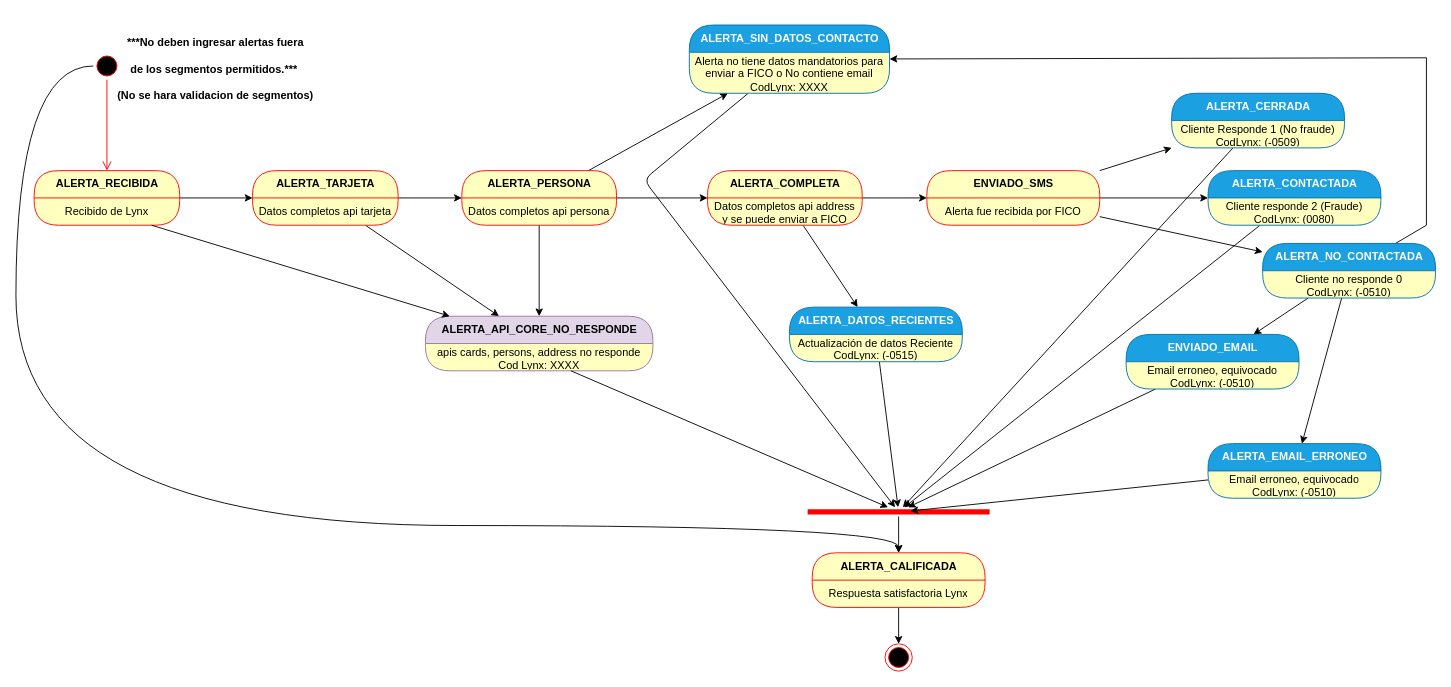
This is EstadosLynx.drawio from zolymo/diagrams, a draw.io file, before an edit. Source tidied: cells renumbered, new cells numbered last; positions are measured from the earlier drawing's top-left corner, leaving out a move shared by most shapes. Both pictures are drawn from the tidied source at 91%, with x=0, y=0 at pixel (15, 15).
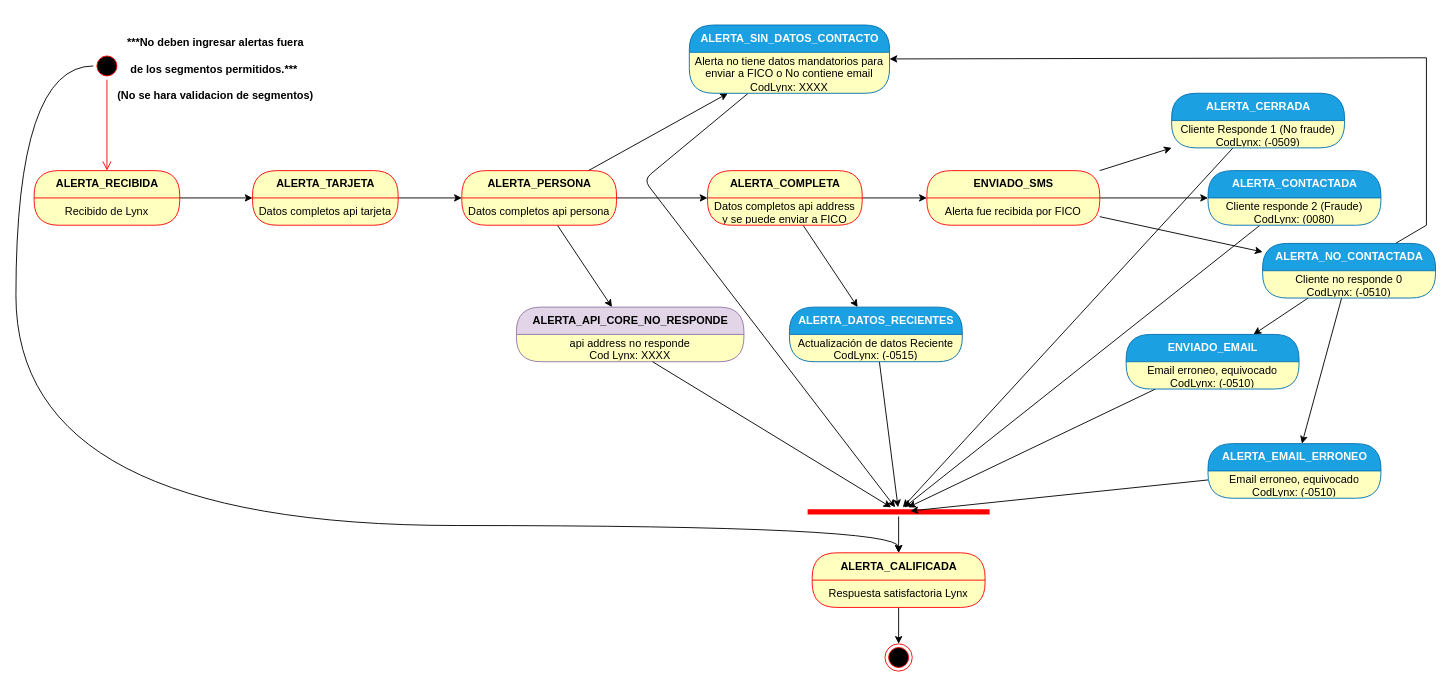
Above is the later version.

Unchanged cells that the change refers to:
```xml
<mxCell id="7" value="Recibido de Lynx" style="text;html=1;strokeColor=none;fillColor=none;align=center;verticalAlign=middle;spacingLeft=4;spacingRight=4;whiteSpace=wrap;overflow=hidden;fontColor=#000000;" parent="6" vertex="1">
  <mxGeometry y="30" width="160" height="30" as="geometry" />
</mxCell>
<mxCell id="11" value="ALERTA_TARJETA" style="swimlane;html=1;fontStyle=1;align=center;verticalAlign=middle;horizontal=1;startSize=30;fontColor=#000000;rounded=1;arcSize=30;strokeColor=#ff0000;fillColor=#ffffc0;swimlaneFillColor=#ffffc0;" parent="1" vertex="1">
  <mxGeometry x="260" y="170" width="160" height="60" as="geometry" />
</mxCell>
```

What changed in the source:
```diff
@@
-    <mxCell id="10" style="edgeStyle=none;rounded=0;jettySize=auto;html=1;" parent="1" edge="1" source="11" target="22">
-      <mxGeometry relative="1" as="geometry" />
-    </mxCell>
@@
     <mxCell id="22" value="ALERTA_API_CORE_NO_RESPONDE" style="swimlane;html=1;fontStyle=1;align=center;verticalAlign=middle;horizontal=1;startSize=30;rounded=1;arcSize=30;strokeColor=#9673a6;fillColor=#e1d5e7;swimlaneFillColor=#ffffc0;" parent="1" vertex="1">
-      <mxGeometry x="450" y="330" width="250" height="60" as="geometry" />
+      <mxGeometry x="550" y="320" width="250" height="60" as="geometry" />
     </mxCell>
-    <mxCell id="23" value="apis cards, persons, address no responde&lt;br&gt;Cod Lynx: XXXX" style="text;html=1;strokeColor=none;fillColor=none;align=center;verticalAlign=middle;spacingLeft=4;spacingRight=4;whiteSpace=wrap;overflow=hidden;fontColor=#000000;" parent="22" vertex="1">
+    <mxCell id="23" value="api address no responde&lt;br&gt;Cod Lynx: XXXX" style="text;html=1;strokeColor=none;fillColor=none;align=center;verticalAlign=middle;spacingLeft=4;spacingRight=4;whiteSpace=wrap;overflow=hidden;fontColor=#000000;" parent="22" vertex="1">
       <mxGeometry y="30" width="250" height="30" as="geometry" />
     </mxCell>
-    <mxCell id="24" style="jettySize=auto;html=1;rounded=0;" parent="1" edge="1" source="7" target="22">
-      <mxGeometry relative="1" as="geometry" />
-    </mxCell>
```
